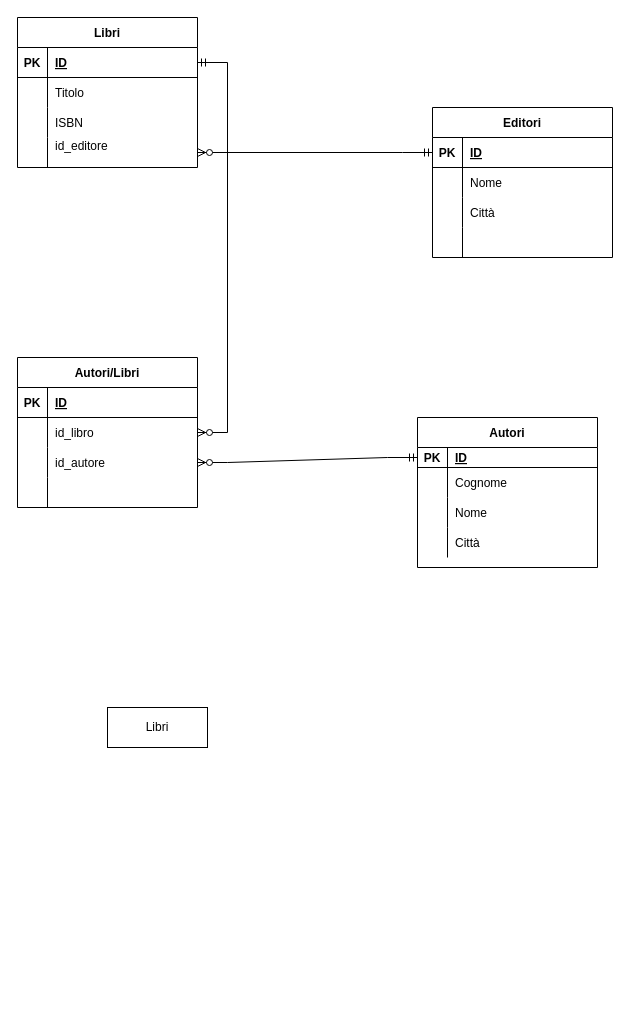
Above: Untitled Diagram.drawio in Miry-96/Lezione16Miriam (draw.io), before the change. Source tidied: cells renumbered, new cells numbered last; positions are measured from the earlier drawing's top-left corner, leaving out a move shared by most shapes. Both pictures are drawn from the tidied source at 100%, with x=0, y=0 at pixel (17, 17).
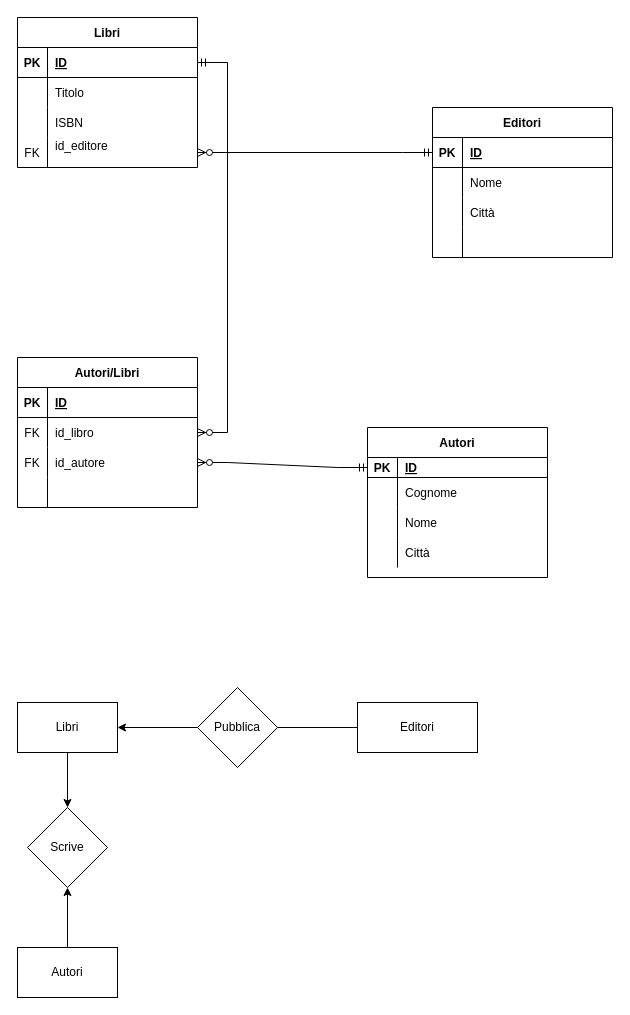
The same page after the edit.

Unchanged cells that the change refers to:
```xml
<mxCell id="12" style="shape=tableRow;horizontal=0;startSize=0;swimlaneHead=0;swimlaneBody=0;fillColor=none;points=[[0,0.5],[1,0.5]];portConstraint=eastwest;top=0;left=0;right=0;bottom=0;" parent="2" vertex="1">
  <mxGeometry y="120" width="180" height="30" as="geometry" />
</mxCell>
<mxCell id="46" style="shape=tableRow;horizontal=0;startSize=0;swimlaneHead=0;swimlaneBody=0;fillColor=none;points=[[0,0.5],[1,0.5]];portConstraint=eastwest;top=0;left=0;right=0;bottom=0;" parent="42" vertex="1">
  <mxGeometry y="60" width="180" height="30" as="geometry" />
</mxCell>
<mxCell id="49" style="shape=tableRow;horizontal=0;startSize=0;swimlaneHead=0;swimlaneBody=0;fillColor=none;points=[[0,0.5],[1,0.5]];portConstraint=eastwest;top=0;left=0;right=0;bottom=0;" parent="42" vertex="1">
  <mxGeometry y="90" width="180" height="30" as="geometry" />
</mxCell>
```

Change to the diagram source:
```diff
@@
-    <mxCell id="13" style="shape=partialRectangle;fillColor=none;top=0;left=0;bottom=0;right=0;overflow=hidden;" parent="12" vertex="1">
+    <mxCell id="13" value="FK" style="shape=partialRectangle;fillColor=none;top=0;left=0;bottom=0;right=0;overflow=hidden;" parent="12" vertex="1">
       <mxGeometry width="30" height="30" as="geometry" />
     </mxCell>
@@
     <mxCell id="29" value="Autori" style="shape=table;startSize=30;childLayout=tableLayout;rowLines=0;fontStyle=1;align=center;" parent="1" vertex="1">
-      <mxGeometry x="400" y="400" width="180" height="150" as="geometry" />
+      <mxGeometry x="350" y="410" width="180" height="150" as="geometry" />
     </mxCell>
@@
-    <mxCell id="47" style="shape=partialRectangle;fillColor=none;top=0;left=0;bottom=0;right=0;overflow=hidden;" parent="46" vertex="1">
+    <mxCell id="47" value="FK" style="shape=partialRectangle;fillColor=none;top=0;left=0;bottom=0;right=0;overflow=hidden;" parent="46" vertex="1">
       <mxGeometry width="30" height="30" as="geometry" />
     </mxCell>
@@
-    <mxCell id="50" style="shape=partialRectangle;fillColor=none;top=0;left=0;bottom=0;right=0;overflow=hidden;" parent="49" vertex="1">
+    <mxCell id="50" value="FK" style="shape=partialRectangle;fillColor=none;top=0;left=0;bottom=0;right=0;overflow=hidden;" parent="49" vertex="1">
       <mxGeometry width="30" height="30" as="geometry" />
     </mxCell>
@@
+    <mxCell id="58" style="edgeStyle=orthogonalEdgeStyle;rounded=0;jettySize=auto;html=1;" parent="1" edge="1" source="57" target="65">
+      <mxGeometry relative="1" as="geometry" />
+    </mxCell>
     <mxCell id="57" value="Libri" style="whiteSpace=wrap;html=1;align=center;" parent="1" vertex="1">
-      <mxGeometry x="90" y="690" width="100" height="40" as="geometry" />
+      <mxGeometry y="685" width="100" height="50" as="geometry" />
     </mxCell>
+    <mxCell id="59" style="edgeStyle=orthogonalEdgeStyle;rounded=0;jettySize=auto;html=1;" parent="1" edge="1" source="60" target="57">
+      <mxGeometry relative="1" as="geometry" />
+    </mxCell>
+    <mxCell id="60" value="Pubblica" style="rhombus;whiteSpace=wrap;html=1;" parent="1" vertex="1">
+      <mxGeometry x="180" y="670" width="80" height="80" as="geometry" />
+    </mxCell>
+    <mxCell id="61" value="Editori" style="whiteSpace=wrap;html=1;" parent="1" vertex="1">
+      <mxGeometry x="340" y="685" width="120" height="50" as="geometry" />
+    </mxCell>
+    <mxCell id="62" style="endArrow=none;html=1;rounded=0;entryX=0;entryY=0.5;entryDx=0;entryDy=0;exitX=1;exitY=0.5;exitDx=0;exitDy=0;" parent="1" edge="1" source="60" target="61">
+      <mxGeometry relative="1" as="geometry" />
+    </mxCell>
+    <mxCell id="63" style="edgeStyle=orthogonalEdgeStyle;rounded=0;jettySize=auto;html=1;" parent="1" edge="1" source="64" target="65">
+      <mxGeometry relative="1" as="geometry" />
+    </mxCell>
+    <mxCell id="64" value="Autori" style="whiteSpace=wrap;html=1;align=center;" parent="1" vertex="1">
+      <mxGeometry y="930" width="100" height="50" as="geometry" />
+    </mxCell>
+    <mxCell id="65" value="Scrive" style="rhombus;whiteSpace=wrap;html=1;" parent="1" vertex="1">
+      <mxGeometry x="10" y="790" width="80" height="80" as="geometry" />
+    </mxCell>
```
